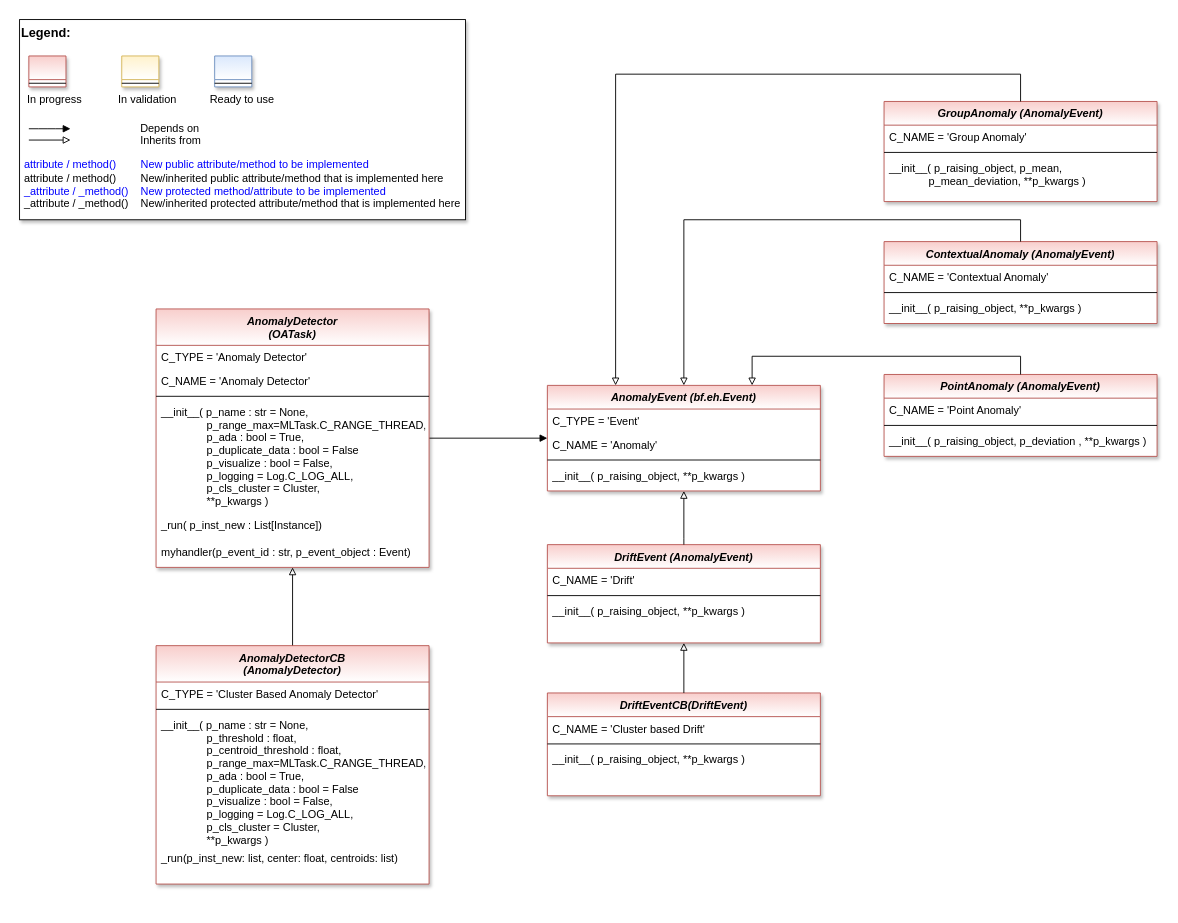
Before: doc/rtd/content/04_appendices/appendix2/sub/core/mlpro_oa/streams/tasks/images/MLPro-OA_Anomaly_Detectors_class_diagram.drawio in fhswf/MLPro, a draw.io diagram. Source tidied: cells renumbered, new cells numbered last; positions are measured from the earlier drawing's top-left corner, leaving out a move shared by most shapes. Both pictures are drawn from the tidied source at 91%, with x=0, y=0 at pixel (19, 19).
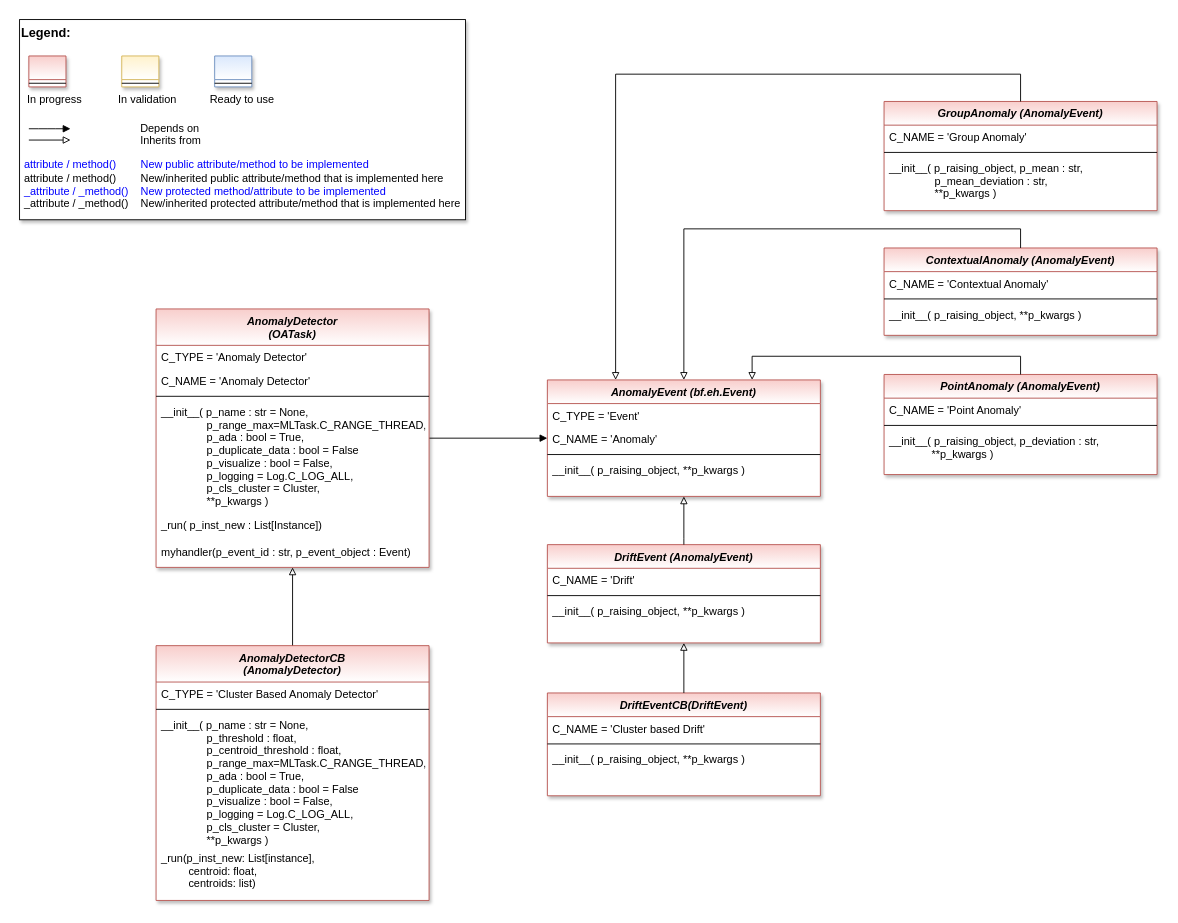
The same diagram, later.

Commit message (it also covers changes not shown here):
OA-Task: AnomalyDetector #520

Diff of the diagram source:
```diff
@@
     <mxCell id="20" value="AnomalyEvent (bf.eh.Event)" style="swimlane;fontStyle=3;align=center;verticalAlign=top;horizontal=1;startSize=26;rounded=0;shadow=1;strokeWidth=1;fillColor=#f8cecc;strokeColor=#b85450;swimlaneFillColor=#ffffff;gradientColor=#ffffff;" parent="1" vertex="1">
-      <mxGeometry x="580" y="402" width="300" height="116" as="geometry" />
+      <mxGeometry x="580" y="396" width="300" height="128" as="geometry" />
     </mxCell>
@@
     <mxCell id="26" value="AnomalyDetectorCB &#10;(AnomalyDetector)" style="swimlane;fontStyle=3;align=center;verticalAlign=top;horizontal=1;startSize=40;rounded=0;shadow=1;strokeWidth=1;fillColor=#f8cecc;strokeColor=#b85450;swimlaneFillColor=#ffffff;gradientColor=#ffffff;" parent="1" vertex="1">
-      <mxGeometry x="150" y="688" width="300" height="262" as="geometry" />
+      <mxGeometry x="150" y="688" width="300" height="280" as="geometry" />
     </mxCell>
@@
-    <mxCell id="30" value="_run(p_inst_new: list, center: float, centroids: list)" style="text;align=left;verticalAlign=top;spacingLeft=4;spacingRight=4;overflow=hidden;shadow=1;" parent="26" vertex="1">
-      <mxGeometry y="220" width="300" height="30" as="geometry" />
+    <mxCell id="30" value="_run(p_inst_new: List[instance],&#10;         centroid: float,&#10;         centroids: list)" style="text;align=left;verticalAlign=top;spacingLeft=4;spacingRight=4;overflow=hidden;shadow=1;" parent="26" vertex="1">
+      <mxGeometry y="220" width="300" height="60" as="geometry" />
     </mxCell>
     <mxCell id="31" value="PointAnomaly (AnomalyEvent)" style="swimlane;fontStyle=3;align=center;verticalAlign=top;horizontal=1;startSize=26;rounded=0;shadow=1;strokeWidth=1;fillColor=#f8cecc;strokeColor=#b85450;swimlaneFillColor=#ffffff;gradientColor=#ffffff;" parent="1" vertex="1">
-      <mxGeometry x="950" y="390" width="300" height="90" as="geometry" />
+      <mxGeometry x="950" y="390" width="300" height="110" as="geometry" />
     </mxCell>
@@
-    <mxCell id="34" value="__init__( p_raising_object, p_deviation , **p_kwargs )" style="text;align=left;verticalAlign=top;spacingLeft=4;spacingRight=4;overflow=hidden;" parent="31" vertex="1">
-      <mxGeometry y="60" width="300" height="28" as="geometry" />
+    <mxCell id="34" value="__init__( p_raising_object, p_deviation : str,&#10;               **p_kwargs )" style="text;align=left;verticalAlign=top;spacingLeft=4;spacingRight=4;overflow=hidden;" parent="31" vertex="1">
+      <mxGeometry y="60" width="300" height="40" as="geometry" />
     </mxCell>
@@
     <mxCell id="44" value="GroupAnomaly (AnomalyEvent)" style="swimlane;fontStyle=3;align=center;verticalAlign=top;horizontal=1;startSize=26;rounded=0;shadow=1;strokeWidth=1;fillColor=#f8cecc;strokeColor=#b85450;swimlaneFillColor=#ffffff;gradientColor=#ffffff;" parent="1" vertex="1">
-      <mxGeometry x="950" y="90" width="300" height="110" as="geometry" />
+      <mxGeometry x="950" y="90" width="300" height="120" as="geometry" />
     </mxCell>
@@
-    <mxCell id="47" value="__init__( p_raising_object, p_mean,&#10;               p_mean_deviation, **p_kwargs )" style="text;align=left;verticalAlign=top;spacingLeft=4;spacingRight=4;overflow=hidden;" parent="44" vertex="1">
+    <mxCell id="47" value="__init__( p_raising_object, p_mean : str,&#10;               p_mean_deviation : str,&#10;               **p_kwargs )" style="text;align=left;verticalAlign=top;spacingLeft=4;spacingRight=4;overflow=hidden;" parent="44" vertex="1">
       <mxGeometry y="60" width="300" height="50" as="geometry" />
     </mxCell>
     <mxCell id="48" value="ContextualAnomaly (AnomalyEvent)" style="swimlane;fontStyle=3;align=center;verticalAlign=top;horizontal=1;startSize=26;rounded=0;shadow=1;strokeWidth=1;fillColor=#f8cecc;strokeColor=#b85450;swimlaneFillColor=#ffffff;gradientColor=#ffffff;" parent="1" vertex="1">
-      <mxGeometry x="950" y="244" width="300" height="90" as="geometry" />
+      <mxGeometry x="950" y="251" width="300" height="96" as="geometry" />
     </mxCell>
@@
     <mxCell id="53" style="edgeStyle=orthogonalEdgeStyle;rounded=0;jettySize=auto;html=1;fontColor=#0000FF;endArrow=block;endFill=0;entryX=0.5;entryY=0;entryDx=0;entryDy=0;exitX=0.5;exitY=0;exitDx=0;exitDy=0;" parent="1" edge="1" source="48" target="20">
       <mxGeometry relative="1" as="geometry">
         <Array as="points">
-          <mxPoint x="1100" y="220" />
-          <mxPoint x="730" y="220" />
+          <mxPoint x="1100" y="230" />
+          <mxPoint x="730" y="230" />
         </Array>
       </mxGeometry>
     </mxCell>
```
